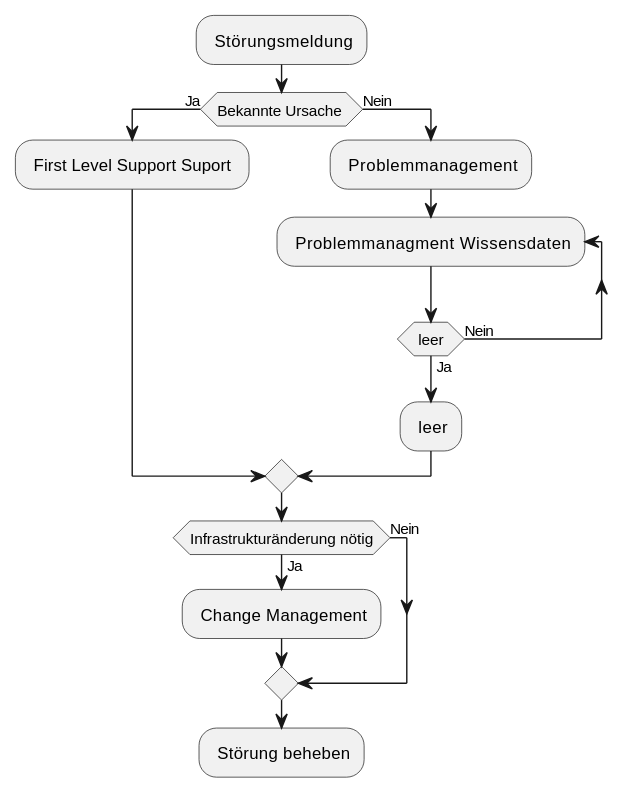
Martin1088/Plantuml-With-Screenreader keeps this PlantUML diagram as out/Service_Rule/aufgabe3/Zusammenhänge zwischen Störung, Problem und Fehler beim Service Support.svg. Above is the earlier version.
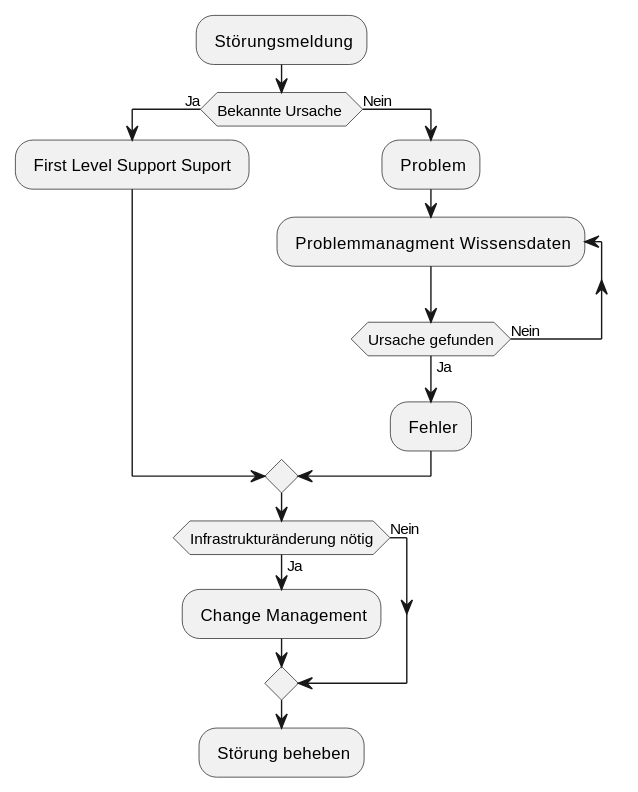
Above is the later version.

Diff of the diagram source:
```diff
@@ -3,10 +3,10 @@
 if (Bekannte Ursache ) then (Ja)
 : First Level Support Suport ;
 else (Nein)
-: Problemmanagement;
+: Problem;
 repeat : Problemmanagment Wissensdaten;
-repeat while(leer) is (Nein) not (Ja)
-: leer;
+repeat while(Ursache gefunden) is (Nein) not (Ja)
+: Fehler;
 endif
 if (Infrastrukturänderung nötig) then (Ja)
 : Change Management;
```
